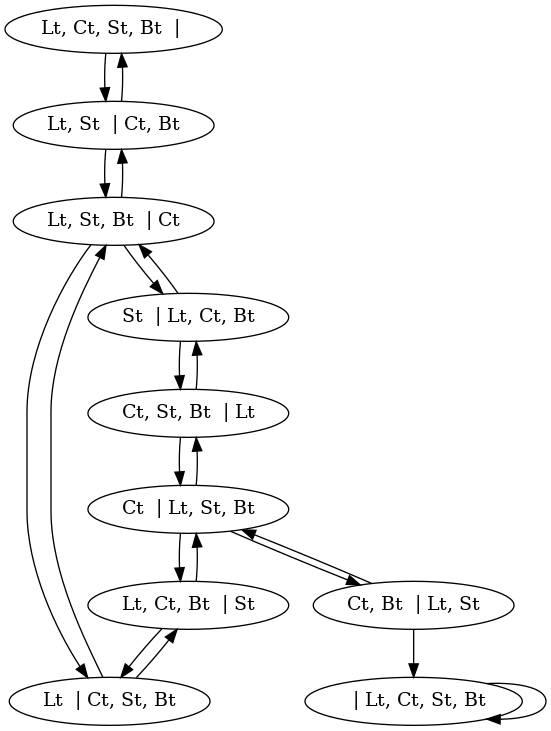
The Graphviz diagram LoupChevreSalade.png in samsoucoupe/concept-a-ia, before a commit. Its source is kept beside it as LoupChevreSalade.dot.
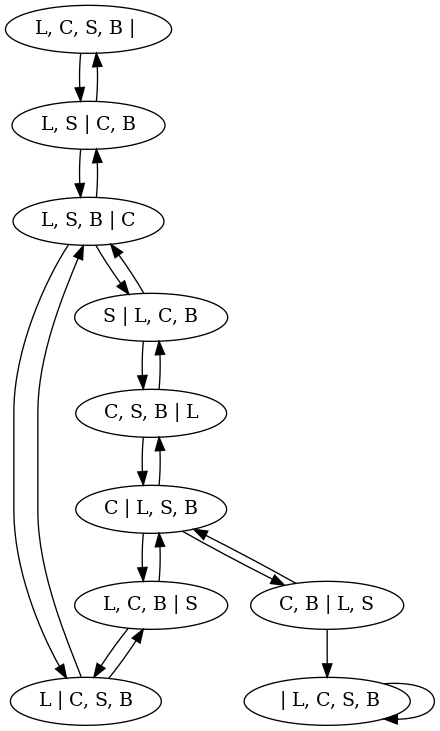
The same diagram one commit later.

Commit message:
corection dot

The edit, as a diff of the source:
```diff
@@ -1,22 +1,22 @@
-digraph {
-	"Lt, Ct, St, Bt  | " -> "Lt, St  | Ct, Bt"
-	"Ct, Bt  | Lt, St" -> "  | Lt, Ct, St, Bt"
-	"Lt, St  | Ct, Bt" -> "Lt, St, Bt  | Ct"
-	"Lt, Ct, Bt  | St" -> "Ct  | Lt, St, Bt"
-	"Lt, Ct, Bt  | St" -> "Lt  | Ct, St, Bt"
-	"Ct, St, Bt  | Lt" -> "St  | Lt, Ct, Bt"
-	"Ct, St, Bt  | Lt" -> "Ct  | Lt, St, Bt"
-	"Lt, St, Bt  | Ct" -> "St  | Lt, Ct, Bt"
-	"Lt, St, Bt  | Ct" -> "Lt  | Ct, St, Bt"
-	"Lt, St, Bt  | Ct" -> "Lt, St  | Ct, Bt"
-	"Ct, Bt  | Lt, St" -> "Ct  | Lt, St, Bt"
-	"Lt, St  | Ct, Bt" -> "Lt, Ct, St, Bt  | "
-	"Ct  | Lt, St, Bt" -> "Ct, Bt  | Lt, St"
-	"Ct  | Lt, St, Bt" -> "Ct, St, Bt  | Lt"
-	"Ct  | Lt, St, Bt" -> "Lt, Ct, Bt  | St"
-	"Lt  | Ct, St, Bt" -> "Lt, Ct, Bt  | St"
-	"Lt  | Ct, St, Bt" -> "Lt, St, Bt  | Ct"
-	"St  | Lt, Ct, Bt" -> "Ct, St, Bt  | Lt"
-	"St  | Lt, Ct, Bt" -> "Lt, St, Bt  | Ct"
-	"  | Lt, Ct, St, Bt" -> "  | Lt, Ct, St, Bt"
+digraph LoupChevreSalade {
+	"L, C, S, B | " -> "L, S | C, B"
+	"C, B | L, S" -> " | L, C, S, B"
+	"L, S | C, B" -> "L, S, B | C"
+	"L, C, B | S" -> "C | L, S, B"
+	"L, C, B | S" -> "L | C, S, B"
+	"C, S, B | L" -> "S | L, C, B"
+	"C, S, B | L" -> "C | L, S, B"
+	"L, S, B | C" -> "S | L, C, B"
+	"L, S, B | C" -> "L | C, S, B"
+	"L, S, B | C" -> "L, S | C, B"
+	"C, B | L, S" -> "C | L, S, B"
+	"L, S | C, B" -> "L, C, S, B | "
+	"C | L, S, B" -> "C, B | L, S"
+	"C | L, S, B" -> "C, S, B | L"
+	"C | L, S, B" -> "L, C, B | S"
+	"L | C, S, B" -> "L, C, B | S"
+	"L | C, S, B" -> "L, S, B | C"
+	"S | L, C, B" -> "C, S, B | L"
+	"S | L, C, B" -> "L, S, B | C"
+	" | L, C, S, B" -> " | L, C, S, B"
 }
```
